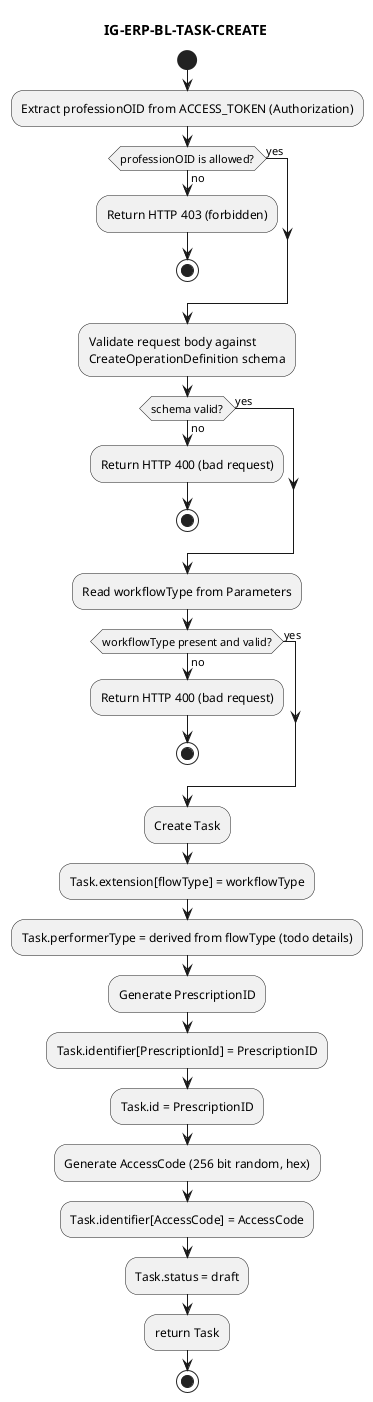
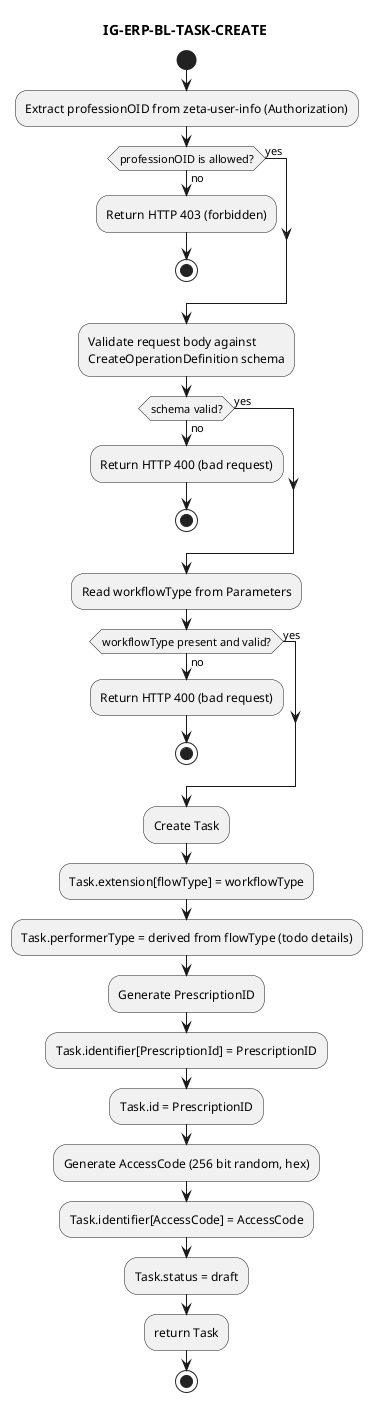
@startuml

title IG-ERP-BL-TASK-CREATE

start

- :Extract professionOID from ACCESS_TOKEN (Authorization);
+ :Extract professionOID from zeta-user-info (Authorization);
if (professionOID is allowed?) then (yes)
else (no)
  :Return HTTP 403 (forbidden);
  stop
endif

:Validate request body against
CreateOperationDefinition schema;
if (schema valid?) then (yes)
else (no)
  :Return HTTP 400 (bad request);
  stop
endif

:Read workflowType from Parameters;
if (workflowType present and valid?) then (yes)
else (no)
  :Return HTTP 400 (bad request);
  stop
endif

:Create Task;
:Task.extension[flowType] = workflowType;
:Task.performerType = derived from flowType (todo details);

:Generate PrescriptionID;
:Task.identifier[PrescriptionId] = PrescriptionID;
:Task.id = PrescriptionID;

:Generate AccessCode (256 bit random, hex);
:Task.identifier[AccessCode] = AccessCode;

:Task.status = draft;
:return Task;

stop

@enduml
